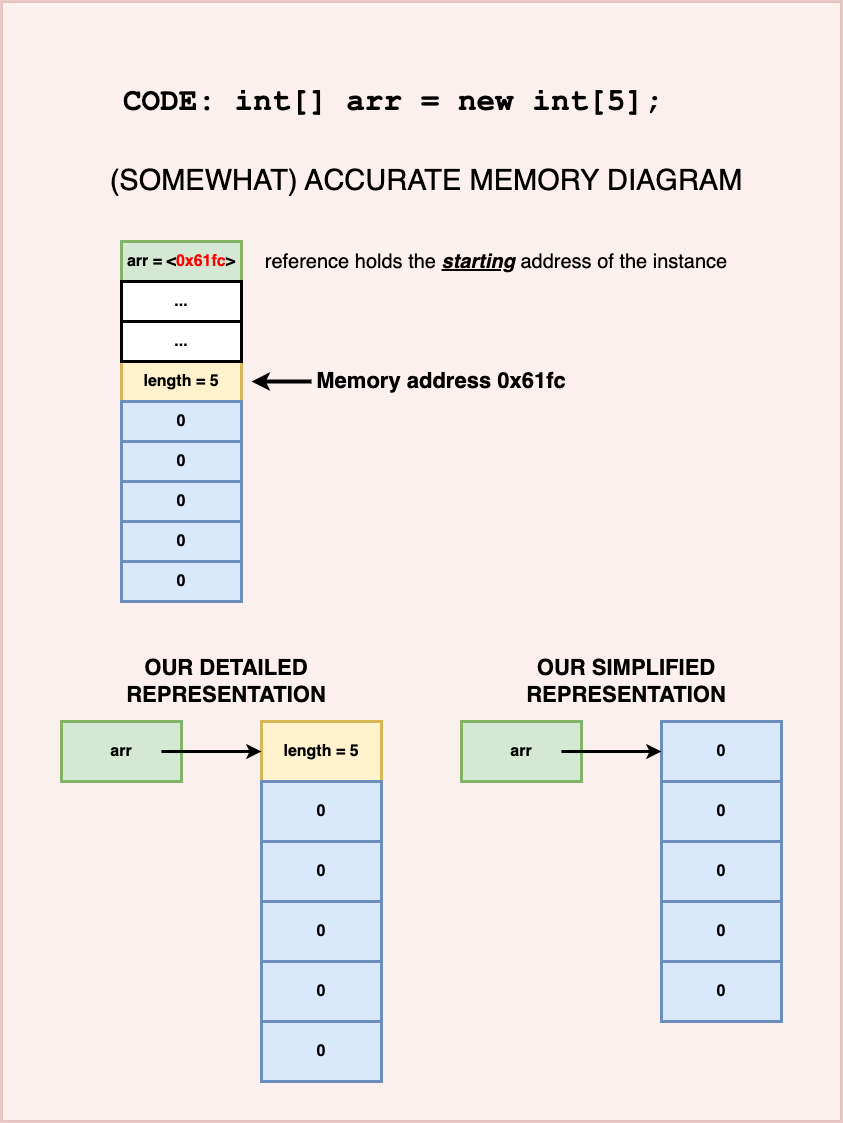
This is assets/images/intArray.png from SoftwareTechnologyMQ/SoftwareTechnologyMQ.github.io, a draw.io export, as it was before one commit. Source tidied: cells renumbered, new cells last; positions are measured from the earlier drawing's top-left corner, leaving out a move shared by most shapes.
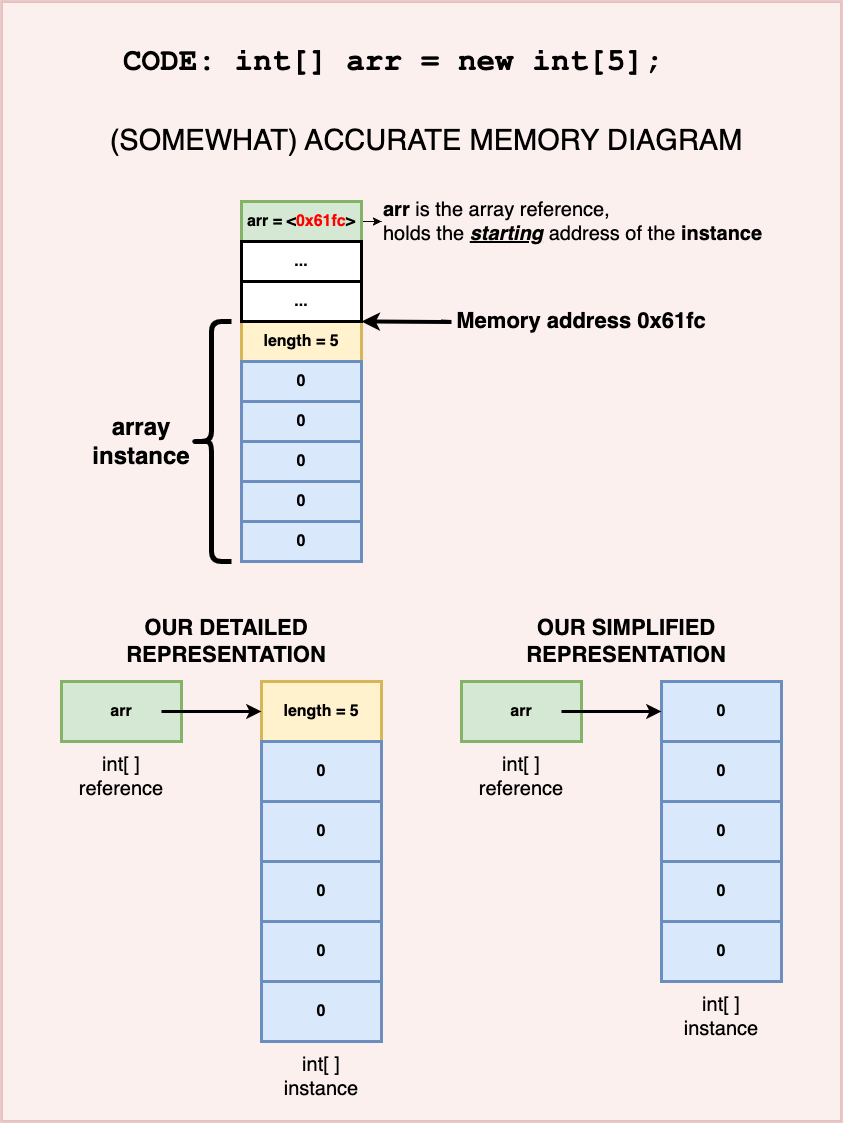
The same diagram one commit later.

What changed in the source:
```diff
@@ -2,8 +2,8 @@
   <root>
     <mxCell id="0" />
     <mxCell id="1" parent="0" />
-    <mxCell id="2" style="rounded=0;whiteSpace=wrap;html=1;strokeWidth=3;fontSize=22;opacity=30;fillColor=#f8cecc;strokeColor=#b85450;" parent="1" vertex="1">
-      <mxGeometry width="840" height="1120" as="geometry" />
+    <mxCell id="2" style="rounded=0;whiteSpace=wrap;html=1;strokeWidth=3;fontSize=30;opacity=30;fillColor=#f8cecc;strokeColor=#b85450;" parent="1" vertex="1">
+      <mxGeometry y="40" width="840" height="1120" as="geometry" />
     </mxCell>
     <mxCell id="3" value="&lt;font face=&quot;Courier New&quot; style=&quot;font-size: 31px;&quot;&gt;&lt;b style=&quot;font-size: 31px;&quot;&gt;&lt;span class=&quot;s1&quot; style=&quot;font-size: 31px;&quot;&gt;CODE: int&lt;/span&gt;&lt;span class=&quot;s2&quot; style=&quot;font-size: 31px;&quot;&gt;[]&lt;/span&gt;&lt;span class=&quot;s3&quot; style=&quot;font-size: 31px;&quot;&gt; &lt;/span&gt;&lt;span class=&quot;s4&quot; style=&quot;font-size: 31px;&quot;&gt;arr&amp;nbsp;&lt;/span&gt;&lt;/b&gt;&lt;/font&gt;&lt;b style=&quot;font-family: &amp;quot;courier new&amp;quot;; font-size: 31px;&quot;&gt;&lt;span class=&quot;s5&quot; style=&quot;font-size: 31px;&quot;&gt;=&lt;/span&gt;&lt;span class=&quot;s3&quot; style=&quot;font-size: 31px;&quot;&gt;&amp;nbsp;new int[5]&lt;/span&gt;&lt;span class=&quot;s5&quot; style=&quot;font-size: 31px;&quot;&gt;;&lt;/span&gt;&lt;/b&gt;&lt;font face=&quot;Courier New&quot; style=&quot;font-size: 31px;&quot;&gt;&lt;b style=&quot;font-size: 31px;&quot;&gt;&lt;br style=&quot;font-size: 31px;&quot;&gt;&lt;/b&gt;&lt;/font&gt;&lt;p class=&quot;p2&quot; style=&quot;font-size: 31px;&quot;&gt;&lt;font face=&quot;Courier New&quot; style=&quot;font-size: 31px;&quot;&gt;&lt;b style=&quot;font-size: 31px;&quot;&gt;&lt;span class=&quot;Apple-tab-span&quot; style=&quot;font-size: 31px;&quot;&gt;&#9;&lt;/span&gt;&lt;span class=&quot;Apple-tab-span&quot; style=&quot;font-size: 31px;&quot;&gt;&#9;&lt;/span&gt;&lt;/b&gt;&lt;/font&gt;&lt;/p&gt;" style="text;html=1;strokeColor=none;fillColor=none;align=left;verticalAlign=middle;whiteSpace=wrap;rounded=0;fontSize=31;" parent="1" vertex="1">
       <mxGeometry x="120" y="90" width="635" height="50" as="geometry" />
@@ -64,46 +64,69 @@
       <mxGeometry x="260" y="1020" width="120" height="60" as="geometry" />
     </mxCell>
     <mxCell id="21" value="length = 5" style="rounded=0;whiteSpace=wrap;html=1;strokeWidth=3;fontSize=16;fontStyle=1;fillColor=#fff2cc;strokeColor=#d6b656;" parent="1" vertex="1">
-      <mxGeometry x="120" y="360" width="120" height="40" as="geometry" />
+      <mxGeometry x="240" y="360" width="120" height="40" as="geometry" />
     </mxCell>
     <mxCell id="22" value="0" style="rounded=0;whiteSpace=wrap;html=1;strokeWidth=3;fontSize=16;fontStyle=1;fillColor=#dae8fc;strokeColor=#6c8ebf;" parent="1" vertex="1">
-      <mxGeometry x="120" y="400" width="120" height="40" as="geometry" />
+      <mxGeometry x="240" y="400" width="120" height="40" as="geometry" />
     </mxCell>
     <mxCell id="23" value="0" style="rounded=0;whiteSpace=wrap;html=1;strokeWidth=3;fontSize=16;fontStyle=1;fillColor=#dae8fc;strokeColor=#6c8ebf;" parent="1" vertex="1">
-      <mxGeometry x="120" y="520" width="120" height="40" as="geometry" />
+      <mxGeometry x="240" y="520" width="120" height="40" as="geometry" />
     </mxCell>
     <mxCell id="24" value="0" style="rounded=0;whiteSpace=wrap;html=1;strokeWidth=3;fontSize=16;fontStyle=1;fillColor=#dae8fc;strokeColor=#6c8ebf;" parent="1" vertex="1">
-      <mxGeometry x="120" y="480" width="120" height="40" as="geometry" />
+      <mxGeometry x="240" y="480" width="120" height="40" as="geometry" />
     </mxCell>
     <mxCell id="25" value="0" style="rounded=0;whiteSpace=wrap;html=1;strokeWidth=3;fontSize=16;fontStyle=1;fillColor=#dae8fc;strokeColor=#6c8ebf;" parent="1" vertex="1">
-      <mxGeometry x="120" y="440" width="120" height="40" as="geometry" />
+      <mxGeometry x="240" y="440" width="120" height="40" as="geometry" />
     </mxCell>
     <mxCell id="26" value="0" style="rounded=0;whiteSpace=wrap;html=1;strokeWidth=3;fontSize=16;fontStyle=1;fillColor=#dae8fc;strokeColor=#6c8ebf;" parent="1" vertex="1">
-      <mxGeometry x="120" y="560" width="120" height="40" as="geometry" />
+      <mxGeometry x="240" y="560" width="120" height="40" as="geometry" />
     </mxCell>
+    <mxCell id="34" style="edgeStyle=orthogonalEdgeStyle;rounded=0;jettySize=auto;html=1;" parent="1" edge="1" source="27" target="31">
+      <mxGeometry relative="1" as="geometry" />
+    </mxCell>
     <mxCell id="27" value="arr = &amp;lt;&lt;font color=&quot;#ff0000&quot;&gt;0x61fc&lt;/font&gt;&amp;gt;" style="rounded=0;whiteSpace=wrap;html=1;strokeWidth=3;fontSize=16;fontStyle=1;fillColor=#d5e8d4;strokeColor=#82b366;" parent="1" vertex="1">
-      <mxGeometry x="120" y="240" width="120" height="40" as="geometry" />
+      <mxGeometry x="240" y="240" width="120" height="40" as="geometry" />
     </mxCell>
     <mxCell id="28" value="..." style="rounded=0;whiteSpace=wrap;html=1;strokeWidth=3;fontSize=16;fontStyle=1;" parent="1" vertex="1">
-      <mxGeometry x="120" y="280" width="120" height="40" as="geometry" />
+      <mxGeometry x="240" y="280" width="120" height="40" as="geometry" />
     </mxCell>
     <mxCell id="29" value="..." style="rounded=0;whiteSpace=wrap;html=1;strokeWidth=3;fontSize=16;fontStyle=1;" parent="1" vertex="1">
-      <mxGeometry x="120" y="320" width="120" height="40" as="geometry" />
+      <mxGeometry x="240" y="320" width="120" height="40" as="geometry" />
     </mxCell>
-    <mxCell id="30" style="endArrow=classic;html=1;rounded=0;strokeWidth=4;" parent="1" edge="1">
+    <mxCell id="30" style="endArrow=classic;html=1;rounded=0;strokeWidth=4;entryX=1;entryY=1;entryDx=0;entryDy=0;" parent="1" edge="1" target="29">
       <mxGeometry relative="1" as="geometry">
-        <mxPoint x="310" y="380" as="sourcePoint" />
-        <mxPoint x="250" y="380" as="targetPoint" />
+        <mxPoint x="440" y="360" as="sourcePoint" />
+        <Array as="points">
+          <mxPoint x="450" y="360.5" />
+        </Array>
       </mxGeometry>
     </mxCell>
-    <mxCell id="31" value="reference holds the &lt;b&gt;&lt;u&gt;&lt;i&gt;starting&lt;/i&gt;&lt;/u&gt;&lt;/b&gt; address of the instance" style="text;html=1;strokeColor=none;fillColor=none;align=center;verticalAlign=middle;whiteSpace=wrap;rounded=0;fontSize=20;" parent="1" vertex="1">
-      <mxGeometry x="260" y="245" width="470" height="30" as="geometry" />
+    <mxCell id="31" value="&lt;b&gt;arr&lt;/b&gt; is the array reference, &lt;br&gt;holds the &lt;b&gt;&lt;u&gt;&lt;i&gt;starting&lt;/i&gt;&lt;/u&gt;&lt;/b&gt; address of the &lt;b&gt;instance&lt;/b&gt;" style="text;html=1;strokeColor=none;fillColor=none;align=left;verticalAlign=middle;whiteSpace=wrap;rounded=0;fontSize=20;" parent="1" vertex="1">
+      <mxGeometry x="380" y="245" width="470" height="30" as="geometry" />
     </mxCell>
     <mxCell id="32" value="(SOMEWHAT) ACCURATE MEMORY DIAGRAM" style="text;html=1;strokeColor=none;fillColor=none;align=center;verticalAlign=middle;whiteSpace=wrap;rounded=0;fontSize=29;" parent="1" vertex="1">
       <mxGeometry x="95" y="170" width="660" height="20" as="geometry" />
     </mxCell>
     <mxCell id="33" value="Memory address 0x61fc" style="text;html=1;strokeColor=none;fillColor=none;align=center;verticalAlign=middle;whiteSpace=wrap;rounded=0;fontSize=22;fontStyle=1;" parent="1" vertex="1">
-      <mxGeometry x="310" y="370" width="260" height="20" as="geometry" />
+      <mxGeometry x="450" y="350" width="260" height="20" as="geometry" />
     </mxCell>
+    <mxCell id="35" style="shape=curlyBracket;whiteSpace=wrap;html=1;rounded=1;labelPosition=left;verticalLabelPosition=middle;align=right;verticalAlign=middle;strokeWidth=5;" parent="1" vertex="1">
+      <mxGeometry x="190" y="360" width="40" height="240" as="geometry" />
+    </mxCell>
+    <mxCell id="36" value="array &lt;br style=&quot;font-size: 24px;&quot;&gt;instance" style="text;html=1;strokeColor=none;fillColor=none;align=center;verticalAlign=middle;whiteSpace=wrap;rounded=0;fontSize=24;fontStyle=1;" parent="1" vertex="1">
+      <mxGeometry x="70" y="465" width="140" height="30" as="geometry" />
+    </mxCell>
+    <mxCell id="37" value="int[ ] reference" style="text;html=1;strokeColor=none;fillColor=none;align=center;verticalAlign=middle;whiteSpace=wrap;rounded=0;fontSize=20;" parent="1" vertex="1">
+      <mxGeometry x="90" y="800" width="60" height="30" as="geometry" />
+    </mxCell>
+    <mxCell id="38" value="int[ ] instance" style="text;html=1;strokeColor=none;fillColor=none;align=center;verticalAlign=middle;whiteSpace=wrap;rounded=0;fontSize=20;" parent="1" vertex="1">
+      <mxGeometry x="290" y="1100" width="60" height="30" as="geometry" />
+    </mxCell>
+    <mxCell id="39" value="int[ ] reference" style="text;html=1;strokeColor=none;fillColor=none;align=center;verticalAlign=middle;whiteSpace=wrap;rounded=0;fontSize=20;" parent="1" vertex="1">
+      <mxGeometry x="490" y="800" width="60" height="30" as="geometry" />
+    </mxCell>
+    <mxCell id="40" value="int[ ] instance" style="text;html=1;strokeColor=none;fillColor=none;align=center;verticalAlign=middle;whiteSpace=wrap;rounded=0;fontSize=20;" parent="1" vertex="1">
+      <mxGeometry x="690" y="1040" width="60" height="30" as="geometry" />
+    </mxCell>
   </root>
 </mxGraphModel>
```
